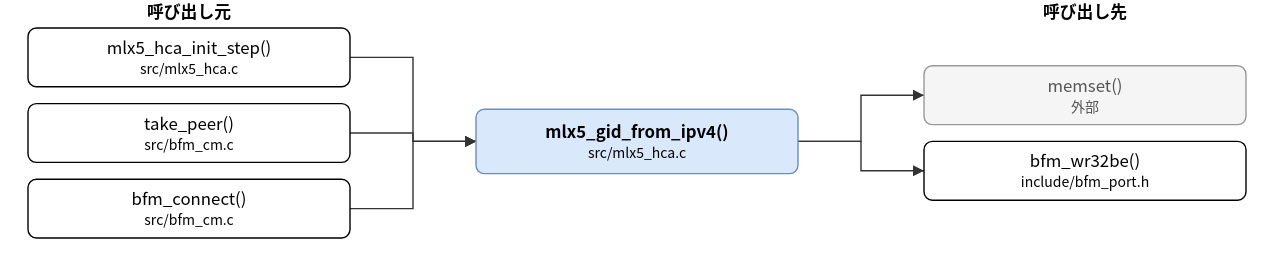
hf355051012-ai/bfmem keeps this draw.io diagram as doc/spec/images/call_src_mlx5_hca-mlx5_gid_from_ipv4.drawio.svg. Above is the earlier version. Source tidied: cells renumbered, new cells last; positions are measured from the earlier drawing's top-left corner, leaving out a move shared by most shapes. Its diagram source:
```xml
<mxGraphModel>
  <root>
    <mxCell id="0" />
    <mxCell id="1" parent="0" />
    <mxCell id="2" value="mlx5_gid_from_ipv4()&lt;br&gt;&lt;font style=&quot;font-size:10px&quot;&gt;src/mlx5_hca.c&lt;/font&gt;" style="rounded=1;whiteSpace=wrap;html=1;fillColor=#dae8fc;strokeColor=#6c8ebf;fontStyle=1;" parent="1" vertex="1">
      <mxGeometry x="320" y="78" width="230" height="46" as="geometry" />
    </mxCell>
    <mxCell id="3" value="mlx5_hca_init_step()&lt;br&gt;&lt;font style=&quot;font-size:10px&quot;&gt;src/mlx5_hca.c&lt;/font&gt;" style="rounded=1;whiteSpace=wrap;html=1;" parent="1" vertex="1">
      <mxGeometry y="20" width="230" height="42" as="geometry" />
    </mxCell>
    <mxCell id="4" value="take_peer()&lt;br&gt;&lt;font style=&quot;font-size:10px&quot;&gt;src/bfm_cm.c&lt;/font&gt;" style="rounded=1;whiteSpace=wrap;html=1;" parent="1" vertex="1">
      <mxGeometry y="74" width="230" height="42" as="geometry" />
    </mxCell>
    <mxCell id="5" value="bfm_connect()&lt;br&gt;&lt;font style=&quot;font-size:10px&quot;&gt;src/bfm_cm.c&lt;/font&gt;" style="rounded=1;whiteSpace=wrap;html=1;" parent="1" vertex="1">
      <mxGeometry y="128" width="230" height="42" as="geometry" />
    </mxCell>
    <mxCell id="6" value="memset()&lt;br&gt;&lt;font style=&quot;font-size:10px&quot;&gt;外部&lt;/font&gt;" style="rounded=1;whiteSpace=wrap;html=1;fillColor=#f5f5f5;strokeColor=#999999;fontColor=#555555;" parent="1" vertex="1">
      <mxGeometry x="640" y="47" width="230" height="42" as="geometry" />
    </mxCell>
    <mxCell id="7" value="bfm_wr32be()&lt;br&gt;&lt;font style=&quot;font-size:10px&quot;&gt;include/bfm_port.h&lt;/font&gt;" style="rounded=1;whiteSpace=wrap;html=1;" parent="1" vertex="1">
      <mxGeometry x="640" y="101" width="230" height="42" as="geometry" />
    </mxCell>
    <mxCell id="8" style="edgeStyle=none;html=1;rounded=0;endArrow=block;endFill=1;exitX=1.0000;exitY=0.5000;exitDx=0;exitDy=0;exitPerimeter=0;entryX=0.0000;entryY=0.5000;entryDx=0;entryDy=0;entryPerimeter=0;" parent="1" edge="1" source="3" target="2">
      <mxGeometry relative="1" as="geometry">
        <Array as="points">
          <mxPoint x="275" y="41" />
          <mxPoint x="275" y="101" />
        </Array>
      </mxGeometry>
    </mxCell>
    <mxCell id="9" style="edgeStyle=none;html=1;rounded=0;endArrow=block;endFill=1;exitX=1.0000;exitY=0.5000;exitDx=0;exitDy=0;exitPerimeter=0;entryX=0.0000;entryY=0.5000;entryDx=0;entryDy=0;entryPerimeter=0;" parent="1" edge="1" source="4" target="2">
      <mxGeometry relative="1" as="geometry">
        <Array as="points">
          <mxPoint x="275" y="95" />
          <mxPoint x="275" y="101" />
        </Array>
      </mxGeometry>
    </mxCell>
    <mxCell id="10" style="edgeStyle=none;html=1;rounded=0;endArrow=block;endFill=1;exitX=1.0000;exitY=0.5000;exitDx=0;exitDy=0;exitPerimeter=0;entryX=0.0000;entryY=0.5000;entryDx=0;entryDy=0;entryPerimeter=0;" parent="1" edge="1" source="5" target="2">
      <mxGeometry relative="1" as="geometry">
        <Array as="points">
          <mxPoint x="275" y="149" />
          <mxPoint x="275" y="101" />
        </Array>
      </mxGeometry>
    </mxCell>
    <mxCell id="11" style="edgeStyle=none;html=1;rounded=0;endArrow=block;endFill=1;exitX=1.0000;exitY=0.5000;exitDx=0;exitDy=0;exitPerimeter=0;entryX=0.0000;entryY=0.5000;entryDx=0;entryDy=0;entryPerimeter=0;" parent="1" edge="1" source="2" target="6">
      <mxGeometry relative="1" as="geometry">
        <Array as="points">
          <mxPoint x="595" y="101" />
          <mxPoint x="595" y="68" />
        </Array>
      </mxGeometry>
    </mxCell>
    <mxCell id="12" style="edgeStyle=none;html=1;rounded=0;endArrow=block;endFill=1;exitX=1.0000;exitY=0.5000;exitDx=0;exitDy=0;exitPerimeter=0;entryX=0.0000;entryY=0.5000;entryDx=0;entryDy=0;entryPerimeter=0;" parent="1" edge="1" source="2" target="7">
      <mxGeometry relative="1" as="geometry">
        <Array as="points">
          <mxPoint x="595" y="101" />
          <mxPoint x="595" y="122" />
        </Array>
      </mxGeometry>
    </mxCell>
    <mxCell id="13" value="呼び出し元" style="text;html=1;align=center;fontStyle=1;" parent="1" vertex="1">
      <mxGeometry x="35" width="160" height="18" as="geometry" />
    </mxCell>
    <mxCell id="14" value="呼び出し先" style="text;html=1;align=center;fontStyle=1;" parent="1" vertex="1">
      <mxGeometry x="675" width="160" height="18" as="geometry" />
    </mxCell>
  </root>
</mxGraphModel>
```
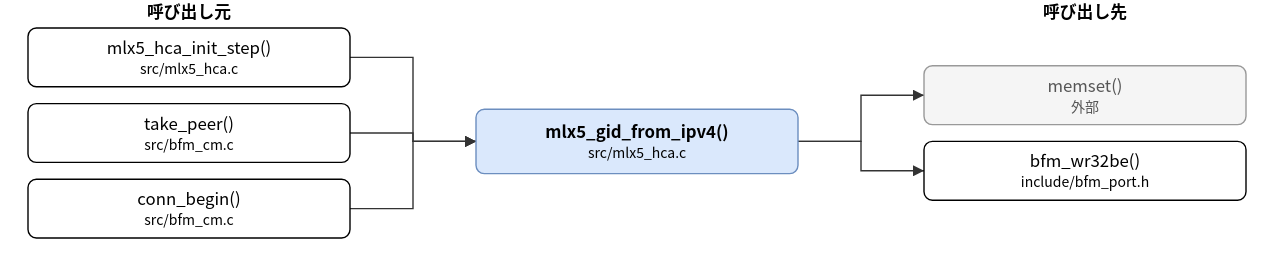
The same diagram one commit later.

Diff of the diagram source:
```diff
@@ -11,7 +11,7 @@
     <mxCell id="4" value="take_peer()&lt;br&gt;&lt;font style=&quot;font-size:10px&quot;&gt;src/bfm_cm.c&lt;/font&gt;" style="rounded=1;whiteSpace=wrap;html=1;" parent="1" vertex="1">
       <mxGeometry y="74" width="230" height="42" as="geometry" />
     </mxCell>
-    <mxCell id="5" value="bfm_connect()&lt;br&gt;&lt;font style=&quot;font-size:10px&quot;&gt;src/bfm_cm.c&lt;/font&gt;" style="rounded=1;whiteSpace=wrap;html=1;" parent="1" vertex="1">
+    <mxCell id="5" value="conn_begin()&lt;br&gt;&lt;font style=&quot;font-size:10px&quot;&gt;src/bfm_cm.c&lt;/font&gt;" style="rounded=1;whiteSpace=wrap;html=1;" parent="1" vertex="1">
       <mxGeometry y="128" width="230" height="42" as="geometry" />
     </mxCell>
     <mxCell id="6" value="memset()&lt;br&gt;&lt;font style=&quot;font-size:10px&quot;&gt;外部&lt;/font&gt;" style="rounded=1;whiteSpace=wrap;html=1;fillColor=#f5f5f5;strokeColor=#999999;fontColor=#555555;" parent="1" vertex="1">
```
